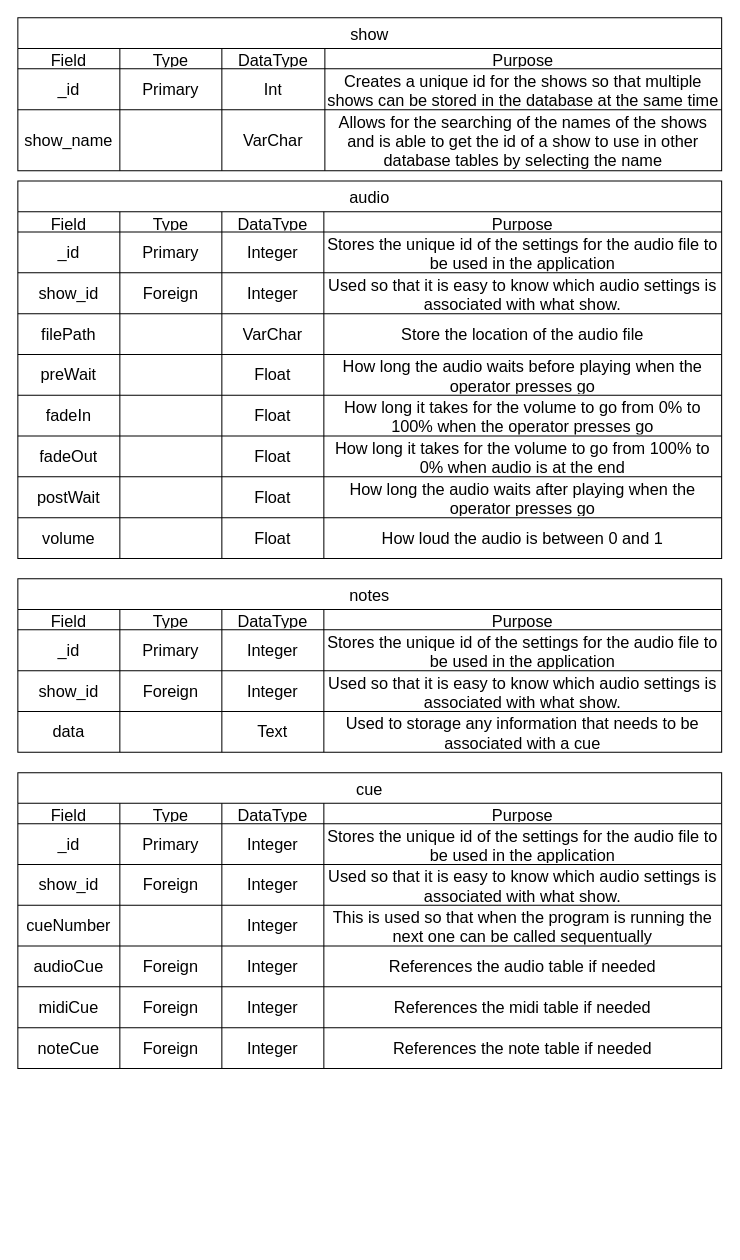
User5029/NEA keeps this draw.io diagram as page "DB-DataType" (2 of 4) of Docs/db.drawio. Above is the earlier version. Source tidied: cells renumbered, new cells numbered last; positions are measured from the earlier drawing's top-left corner, leaving out a move shared by most shapes. Both pictures are drawn from the tidied source at 102%, with x=0, y=0 at pixel (17, 17).
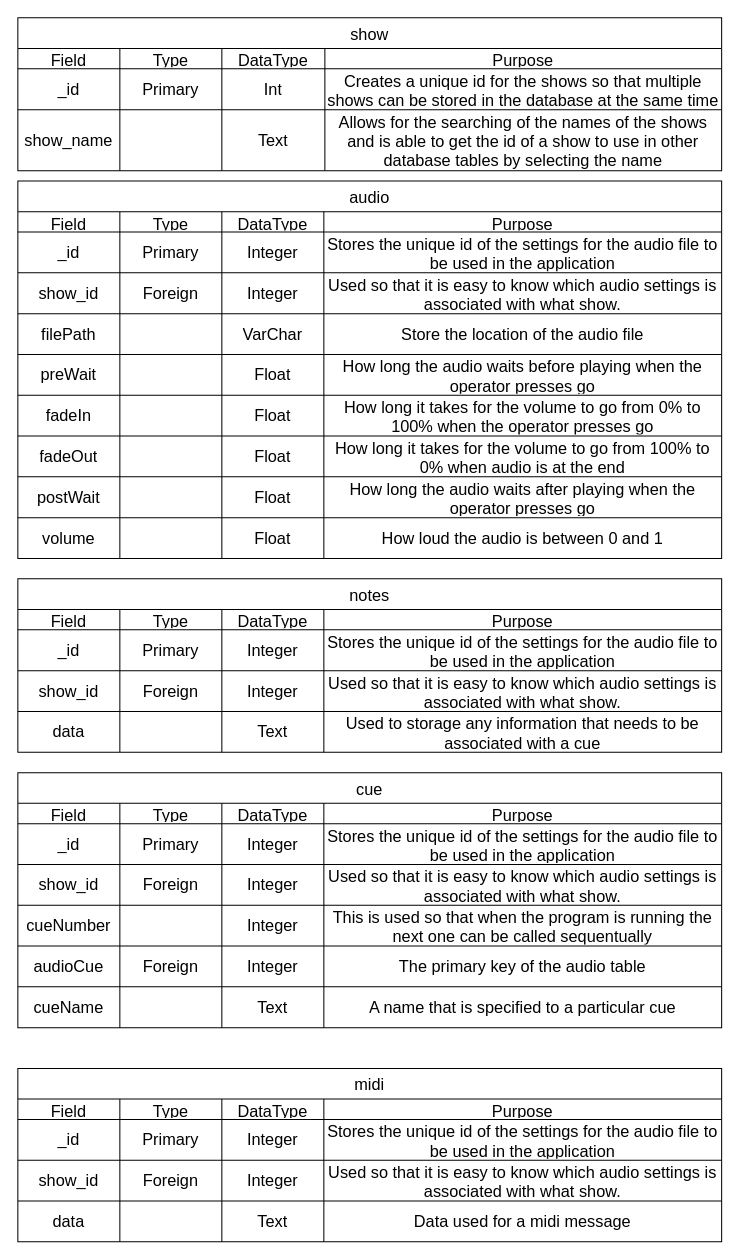
Above is the later version.

The change refers to these unchanged cells:
```xml
<mxCell id="59" style="shape=tableRow;horizontal=0;startSize=0;swimlaneHead=0;swimlaneBody=0;strokeColor=inherit;top=0;left=0;bottom=0;right=0;fillColor=none;fontSize=16;" parent="48" vertex="1">
  <mxGeometry y="90" width="690" height="60" as="geometry" />
</mxCell>
<mxCell id="106" style="shape=tableRow;horizontal=0;startSize=0;swimlaneHead=0;swimlaneBody=0;strokeColor=inherit;top=0;left=0;bottom=0;right=0;fillColor=none;fontSize=16;" parent="85" vertex="1">
  <mxGeometry y="170" width="690" height="40" as="geometry" />
</mxCell>
<mxCell id="111" style="shape=tableRow;horizontal=0;startSize=0;swimlaneHead=0;swimlaneBody=0;strokeColor=inherit;top=0;left=0;bottom=0;right=0;fillColor=none;fontSize=16;" parent="85" vertex="1">
  <mxGeometry y="210" width="690" height="40" as="geometry" />
</mxCell>
```

Diff of the diagram source:
```diff
@@
-    <mxCell id="62" value="VarChar" style="shape=partialRectangle;html=1;whiteSpace=wrap;strokeColor=inherit;overflow=hidden;fillColor=none;top=0;left=0;bottom=0;right=0;fontSize=16;" parent="59" vertex="1">
+    <mxCell id="62" value="Text" style="shape=partialRectangle;html=1;whiteSpace=wrap;strokeColor=inherit;overflow=hidden;fillColor=none;top=0;left=0;bottom=0;right=0;fontSize=16;" parent="59" vertex="1">
       <mxGeometry x="200" width="101" height="60" as="geometry" />
     </mxCell>
@@
     <mxCell id="85" value="cue" style="shape=table;startSize=30;childLayout=tableLayout;strokeColor=default;fontSize=16;" parent="1" vertex="1">
-      <mxGeometry y="740" width="690" height="290" as="geometry" />
+      <mxGeometry y="740" width="690" height="250" as="geometry" />
     </mxCell>
@@
-    <mxCell id="110" value="References the audio table if needed" style="shape=partialRectangle;html=1;whiteSpace=wrap;strokeColor=inherit;overflow=hidden;fillColor=none;top=0;left=0;bottom=0;right=0;fontSize=16;" parent="106" vertex="1">
+    <mxCell id="110" value="The primary key of the audio table" style="shape=partialRectangle;html=1;whiteSpace=wrap;strokeColor=inherit;overflow=hidden;fillColor=none;top=0;left=0;bottom=0;right=0;fontSize=16;" parent="106" vertex="1">
       <mxGeometry x="300" width="390" height="40" as="geometry" />
     </mxCell>
@@
-    <mxCell id="112" value="midiCue" style="shape=partialRectangle;html=1;whiteSpace=wrap;strokeColor=inherit;overflow=hidden;fillColor=none;top=0;left=0;bottom=0;right=0;fontSize=16;" parent="111" vertex="1">
-      <mxGeometry width="100" height="40" as="geometry" />
-    </mxCell>
-    <mxCell id="113" value="Foreign" style="shape=partialRectangle;html=1;whiteSpace=wrap;strokeColor=inherit;overflow=hidden;fillColor=none;top=0;left=0;bottom=0;right=0;fontSize=16;" parent="111" vertex="1">
-      <mxGeometry x="100" width="100" height="40" as="geometry" />
-    </mxCell>
-    <mxCell id="114" value="Integer" style="shape=partialRectangle;html=1;whiteSpace=wrap;strokeColor=inherit;overflow=hidden;fillColor=none;top=0;left=0;bottom=0;right=0;fontSize=16;" parent="111" vertex="1">
-      <mxGeometry x="200" width="100" height="40" as="geometry" />
-    </mxCell>
-    <mxCell id="115" value="References the midi table if needed" style="shape=partialRectangle;html=1;whiteSpace=wrap;strokeColor=inherit;overflow=hidden;fillColor=none;top=0;left=0;bottom=0;right=0;fontSize=16;" parent="111" vertex="1">
-      <mxGeometry x="300" width="390" height="40" as="geometry" />
-    </mxCell>
-    <mxCell id="116" style="shape=tableRow;horizontal=0;startSize=0;swimlaneHead=0;swimlaneBody=0;strokeColor=inherit;top=0;left=0;bottom=0;right=0;fillColor=none;fontSize=16;" parent="85" vertex="1">
-      <mxGeometry y="250" width="690" height="40" as="geometry" />
-    </mxCell>
-    <mxCell id="117" value="noteCue" style="shape=partialRectangle;html=1;whiteSpace=wrap;strokeColor=inherit;overflow=hidden;fillColor=none;top=0;left=0;bottom=0;right=0;fontSize=16;" parent="116" vertex="1">
-      <mxGeometry width="100" height="40" as="geometry" />
-    </mxCell>
-    <mxCell id="118" value="Foreign" style="shape=partialRectangle;html=1;whiteSpace=wrap;strokeColor=inherit;overflow=hidden;fillColor=none;top=0;left=0;bottom=0;right=0;fontSize=16;" parent="116" vertex="1">
-      <mxGeometry x="100" width="100" height="40" as="geometry" />
-    </mxCell>
-    <mxCell id="119" value="Integer" style="shape=partialRectangle;html=1;whiteSpace=wrap;strokeColor=inherit;overflow=hidden;fillColor=none;top=0;left=0;bottom=0;right=0;fontSize=16;" parent="116" vertex="1">
-      <mxGeometry x="200" width="100" height="40" as="geometry" />
-    </mxCell>
-    <mxCell id="120" value="References the note table if needed" style="shape=partialRectangle;html=1;whiteSpace=wrap;strokeColor=inherit;overflow=hidden;fillColor=none;top=0;left=0;bottom=0;right=0;fontSize=16;" parent="116" vertex="1">
-      <mxGeometry x="300" width="390" height="40" as="geometry" />
-    </mxCell>
+    <mxCell id="121" value="cueName" style="shape=partialRectangle;html=1;whiteSpace=wrap;strokeColor=inherit;overflow=hidden;fillColor=none;top=0;left=0;bottom=0;right=0;fontSize=16;" parent="111" vertex="1">
+      <mxGeometry width="100" height="40" as="geometry" />
+    </mxCell>
+    <mxCell id="122" style="shape=partialRectangle;html=1;whiteSpace=wrap;strokeColor=inherit;overflow=hidden;fillColor=none;top=0;left=0;bottom=0;right=0;fontSize=16;" parent="111" vertex="1">
+      <mxGeometry x="100" width="100" height="40" as="geometry" />
+    </mxCell>
+    <mxCell id="123" value="Text" style="shape=partialRectangle;html=1;whiteSpace=wrap;strokeColor=inherit;overflow=hidden;fillColor=none;top=0;left=0;bottom=0;right=0;fontSize=16;" parent="111" vertex="1">
+      <mxGeometry x="200" width="100" height="40" as="geometry" />
+    </mxCell>
+    <mxCell id="124" value="A name that is specified to a particular cue" style="shape=partialRectangle;html=1;whiteSpace=wrap;strokeColor=inherit;overflow=hidden;fillColor=none;top=0;left=0;bottom=0;right=0;fontSize=16;" parent="111" vertex="1">
+      <mxGeometry x="300" width="390" height="40" as="geometry" />
+    </mxCell>
+    <mxCell id="125" value="midi" style="shape=table;startSize=30;childLayout=tableLayout;strokeColor=default;fontSize=16;" parent="1" vertex="1">
+      <mxGeometry y="1030" width="690" height="170" as="geometry" />
+    </mxCell>
+    <mxCell id="126" style="shape=tableRow;horizontal=0;startSize=0;swimlaneHead=0;swimlaneBody=0;strokeColor=inherit;top=0;left=0;bottom=0;right=0;fillColor=none;fontSize=16;" parent="125" vertex="1">
+      <mxGeometry y="30" width="690" height="20" as="geometry" />
+    </mxCell>
+    <mxCell id="127" value="Field" style="shape=partialRectangle;html=1;whiteSpace=wrap;strokeColor=inherit;overflow=hidden;fillColor=none;top=0;left=0;bottom=0;right=0;fontSize=16;" parent="126" vertex="1">
+      <mxGeometry width="100" height="20" as="geometry" />
+    </mxCell>
+    <mxCell id="128" value="Type" style="shape=partialRectangle;html=1;whiteSpace=wrap;strokeColor=inherit;overflow=hidden;fillColor=none;top=0;left=0;bottom=0;right=0;fontSize=16;" parent="126" vertex="1">
+      <mxGeometry x="100" width="100" height="20" as="geometry" />
+    </mxCell>
+    <mxCell id="129" value="DataType" style="shape=partialRectangle;html=1;whiteSpace=wrap;strokeColor=inherit;overflow=hidden;fillColor=none;top=0;left=0;bottom=0;right=0;fontSize=16;" parent="126" vertex="1">
+      <mxGeometry x="200" width="100" height="20" as="geometry" />
+    </mxCell>
+    <mxCell id="130" value="Purpose" style="shape=partialRectangle;html=1;whiteSpace=wrap;strokeColor=inherit;overflow=hidden;fillColor=none;top=0;left=0;bottom=0;right=0;fontSize=16;" parent="126" vertex="1">
+      <mxGeometry x="300" width="390" height="20" as="geometry" />
+    </mxCell>
+    <mxCell id="131" style="shape=tableRow;horizontal=0;startSize=0;swimlaneHead=0;swimlaneBody=0;strokeColor=inherit;top=0;left=0;bottom=0;right=0;fillColor=none;fontSize=16;" parent="125" vertex="1">
+      <mxGeometry y="50" width="690" height="40" as="geometry" />
+    </mxCell>
+    <mxCell id="132" value="_id" style="shape=partialRectangle;html=1;whiteSpace=wrap;strokeColor=inherit;overflow=hidden;fillColor=none;top=0;left=0;bottom=0;right=0;fontSize=16;" parent="131" vertex="1">
+      <mxGeometry width="100" height="40" as="geometry" />
+    </mxCell>
+    <mxCell id="133" value="Primary" style="shape=partialRectangle;html=1;whiteSpace=wrap;strokeColor=inherit;overflow=hidden;fillColor=none;top=0;left=0;bottom=0;right=0;fontSize=16;" parent="131" vertex="1">
+      <mxGeometry x="100" width="100" height="40" as="geometry" />
+    </mxCell>
+    <mxCell id="134" value="Integer" style="shape=partialRectangle;html=1;whiteSpace=wrap;strokeColor=inherit;overflow=hidden;fillColor=none;top=0;left=0;bottom=0;right=0;fontSize=16;" parent="131" vertex="1">
+      <mxGeometry x="200" width="100" height="40" as="geometry" />
+    </mxCell>
+    <mxCell id="135" value="Stores the unique id of the settings for the audio file to be used in the application" style="shape=partialRectangle;html=1;whiteSpace=wrap;strokeColor=inherit;overflow=hidden;fillColor=none;top=0;left=0;bottom=0;right=0;fontSize=16;" parent="131" vertex="1">
+      <mxGeometry x="300" width="390" height="40" as="geometry" />
+    </mxCell>
+    <mxCell id="136" style="shape=tableRow;horizontal=0;startSize=0;swimlaneHead=0;swimlaneBody=0;strokeColor=inherit;top=0;left=0;bottom=0;right=0;fillColor=none;fontSize=16;" parent="125" vertex="1">
+      <mxGeometry y="90" width="690" height="40" as="geometry" />
+    </mxCell>
+    <mxCell id="137" value="show_id" style="shape=partialRectangle;html=1;whiteSpace=wrap;strokeColor=inherit;overflow=hidden;fillColor=none;top=0;left=0;bottom=0;right=0;fontSize=16;" parent="136" vertex="1">
+      <mxGeometry width="100" height="40" as="geometry" />
+    </mxCell>
+    <mxCell id="138" value="Foreign" style="shape=partialRectangle;html=1;whiteSpace=wrap;strokeColor=inherit;overflow=hidden;fillColor=none;top=0;left=0;bottom=0;right=0;fontSize=16;" parent="136" vertex="1">
+      <mxGeometry x="100" width="100" height="40" as="geometry" />
+    </mxCell>
+    <mxCell id="139" value="Integer" style="shape=partialRectangle;html=1;whiteSpace=wrap;strokeColor=inherit;overflow=hidden;fillColor=none;top=0;left=0;bottom=0;right=0;fontSize=16;" parent="136" vertex="1">
+      <mxGeometry x="200" width="100" height="40" as="geometry" />
+    </mxCell>
+    <mxCell id="140" value="Used so that it is easy to know which audio settings is associated with what show." style="shape=partialRectangle;html=1;whiteSpace=wrap;strokeColor=inherit;overflow=hidden;fillColor=none;top=0;left=0;bottom=0;right=0;fontSize=16;" parent="136" vertex="1">
+      <mxGeometry x="300" width="390" height="40" as="geometry" />
+    </mxCell>
+    <mxCell id="141" style="shape=tableRow;horizontal=0;startSize=0;swimlaneHead=0;swimlaneBody=0;strokeColor=inherit;top=0;left=0;bottom=0;right=0;fillColor=none;fontSize=16;" parent="125" vertex="1">
+      <mxGeometry y="130" width="690" height="40" as="geometry" />
+    </mxCell>
+    <mxCell id="142" value="data" style="shape=partialRectangle;html=1;whiteSpace=wrap;strokeColor=inherit;overflow=hidden;fillColor=none;top=0;left=0;bottom=0;right=0;fontSize=16;" parent="141" vertex="1">
+      <mxGeometry width="100" height="40" as="geometry" />
+    </mxCell>
+    <mxCell id="143" style="shape=partialRectangle;html=1;whiteSpace=wrap;strokeColor=inherit;overflow=hidden;fillColor=none;top=0;left=0;bottom=0;right=0;fontSize=16;" parent="141" vertex="1">
+      <mxGeometry x="100" width="100" height="40" as="geometry" />
+    </mxCell>
+    <mxCell id="144" value="Text" style="shape=partialRectangle;html=1;whiteSpace=wrap;strokeColor=inherit;overflow=hidden;fillColor=none;top=0;left=0;bottom=0;right=0;fontSize=16;" parent="141" vertex="1">
+      <mxGeometry x="200" width="100" height="40" as="geometry" />
+    </mxCell>
+    <mxCell id="145" value="Data used for a midi message" style="shape=partialRectangle;html=1;whiteSpace=wrap;strokeColor=inherit;overflow=hidden;fillColor=none;top=0;left=0;bottom=0;right=0;fontSize=16;" parent="141" vertex="1">
+      <mxGeometry x="300" width="390" height="40" as="geometry" />
+    </mxCell>
```
